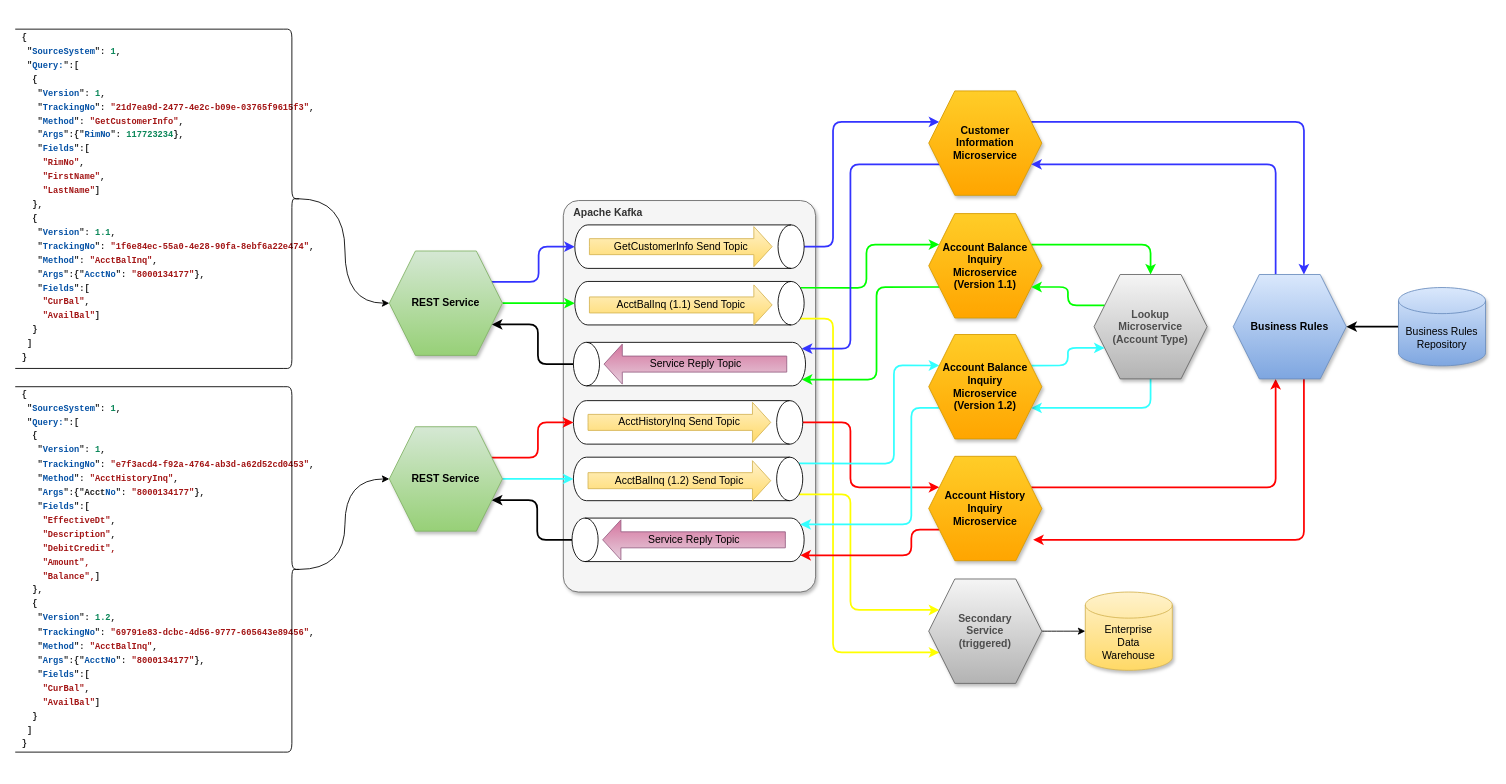
This is page "Routing" (4 of 8) of Microservice Architecture.drawio from badenhorstp/readme, a draw.io file, before an edit. Source tidied: cells renumbered, new cells numbered last; positions are measured from the earlier drawing's top-left corner, leaving out a move shared by most shapes. Both pictures are drawn from the tidied source at 87%, with x=0, y=0 at pixel (15, 15).
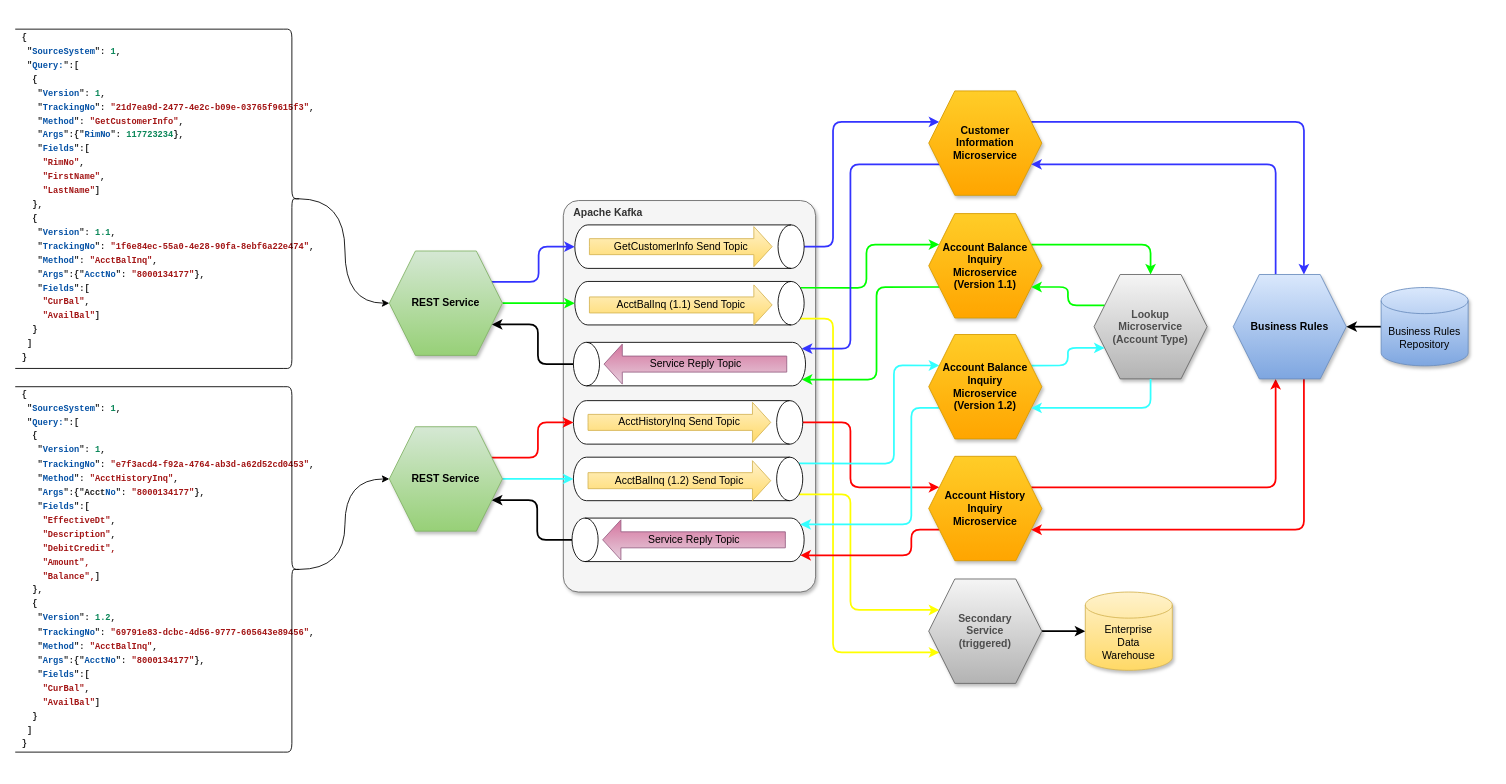
The same diagram, later.

The change refers to these unchanged cells:
```xml
<mxCell id="37" value="Account History&lt;br&gt;Inquiry&lt;br&gt;Microservice" style="shape=hexagon;perimeter=hexagonPerimeter2;whiteSpace=wrap;html=1;fixedSize=1;fillColor=#ffcd28;strokeColor=#d79b00;shadow=1;rounded=0;gradientColor=#ffa500;size=30;fontStyle=1;" parent="1" vertex="1">
  <mxGeometry x="1050" y="507" width="130" height="120" as="geometry" />
</mxCell>
<mxCell id="40" value="Business Rules" style="shape=hexagon;perimeter=hexagonPerimeter2;whiteSpace=wrap;html=1;fixedSize=1;fillColor=#dae8fc;strokeColor=#6c8ebf;shadow=1;rounded=0;gradientColor=#7ea6e0;size=30;fontStyle=1;" parent="1" vertex="1">
  <mxGeometry x="1400" y="298" width="130" height="120" as="geometry" />
</mxCell>
<mxCell id="43" value="Lookup&lt;br&gt;Microservice&lt;br&gt;(Account Type)" style="shape=hexagon;perimeter=hexagonPerimeter2;whiteSpace=wrap;html=1;fixedSize=1;fillColor=#f5f5f5;strokeColor=#666666;shadow=1;rounded=0;gradientColor=#b3b3b3;size=30;fontStyle=1;fontColor=#4D4D4D;" parent="1" vertex="1">
  <mxGeometry x="1240" y="298" width="130" height="120" as="geometry" />
</mxCell>
<mxCell id="45" value="Secondary&lt;br&gt;Service&lt;br&gt;(triggered)" style="shape=hexagon;perimeter=hexagonPerimeter2;whiteSpace=wrap;html=1;fixedSize=1;fillColor=#f5f5f5;strokeColor=#666666;shadow=1;rounded=0;gradientColor=#b3b3b3;size=30;fontStyle=1;fontColor=#4D4D4D;" parent="1" vertex="1">
  <mxGeometry x="1050" y="648" width="130" height="120" as="geometry" />
</mxCell>
<mxCell id="46" value="Enterprise&lt;br&gt;Data&lt;br&gt;Warehouse" style="shape=cylinder3;whiteSpace=wrap;html=1;boundedLbl=1;backgroundOutline=1;size=15;gradientColor=#ffd966;fillColor=#fff2cc;strokeColor=#d6b656;shadow=1;" parent="1" vertex="1">
  <mxGeometry x="1230" y="663" width="100" height="90" as="geometry" />
</mxCell>
<mxCell id="61" value="Account Balance&lt;br&gt;Inquiry &lt;br&gt;Microservice&lt;br&gt;(Version 1.2)" style="shape=hexagon;perimeter=hexagonPerimeter2;whiteSpace=wrap;html=1;fixedSize=1;fillColor=#ffcd28;strokeColor=#d79b00;shadow=1;rounded=0;gradientColor=#ffa500;size=30;fontStyle=1;" parent="1" vertex="1">
  <mxGeometry x="1050" y="367" width="130" height="120" as="geometry" />
</mxCell>
```

Change to the diagram source:
```diff
@@
-    <mxCell id="39" style="edgeStyle=orthogonalEdgeStyle;rounded=1;jettySize=auto;html=1;exitX=0.625;exitY=1;exitDx=0;exitDy=0;entryX=0.923;entryY=0.8;entryDx=0;entryDy=0;entryPerimeter=0;shadow=0;strokeWidth=2;strokeColor=#FF0000;" parent="1" edge="1" source="40" target="37">
+    <mxCell id="39" style="edgeStyle=orthogonalEdgeStyle;rounded=1;jettySize=auto;html=1;exitX=0.625;exitY=1;exitDx=0;exitDy=0;entryX=1;entryY=0.75;entryDx=0;entryDy=0;shadow=0;strokeWidth=2;strokeColor=#FF0000;" parent="1" edge="1" source="40" target="37">
       <mxGeometry relative="1" as="geometry">
         <Array as="points">
-          <mxPoint x="1481" y="603" />
+          <mxPoint x="1481" y="591" />
+          <mxPoint x="1168" y="591" />
         </Array>
       </mxGeometry>
     </mxCell>
@@
-    <mxCell id="42" style="edgeStyle=orthogonalEdgeStyle;rounded=1;jettySize=auto;html=1;exitX=0.5;exitY=1;exitDx=0;exitDy=0;entryX=1;entryY=0.75;entryDx=0;entryDy=0;shadow=0;strokeColor=#33FFFF;strokeWidth=2;" parent="1" edge="1" source="43" target="61">
-      <mxGeometry relative="1" as="geometry" />
-    </mxCell>
@@
-    <mxCell id="44" style="edgeStyle=orthogonalEdgeStyle;curved=1;jettySize=auto;html=1;exitX=1;exitY=0.5;exitDx=0;exitDy=0;entryX=0;entryY=0.5;entryDx=0;entryDy=0;entryPerimeter=0;" parent="1" edge="1" source="45" target="46">
+    <mxCell id="44" style="edgeStyle=orthogonalEdgeStyle;curved=1;jettySize=auto;html=1;exitX=1;exitY=0.5;exitDx=0;exitDy=0;entryX=0;entryY=0.5;entryDx=0;entryDy=0;entryPerimeter=0;strokeWidth=2;" parent="1" edge="1" source="45" target="46">
       <mxGeometry relative="1" as="geometry" />
     </mxCell>
@@
     <mxCell id="63" value="Business Rules Repository" style="shape=cylinder3;whiteSpace=wrap;html=1;boundedLbl=1;backgroundOutline=1;size=15;gradientColor=#7ea6e0;fillColor=#dae8fc;strokeColor=#6c8ebf;shadow=1;" parent="1" vertex="1">
-      <mxGeometry x="1590" y="313" width="100" height="90" as="geometry" />
+      <mxGeometry x="1570" y="313" width="100" height="90" as="geometry" />
     </mxCell>
+    <mxCell id="42" style="edgeStyle=orthogonalEdgeStyle;rounded=1;jettySize=auto;html=1;exitX=0.5;exitY=1;exitDx=0;exitDy=0;entryX=1;entryY=0.75;entryDx=0;entryDy=0;shadow=0;strokeColor=#33FFFF;strokeWidth=2;" parent="1" edge="1" source="43" target="61">
+      <mxGeometry relative="1" as="geometry" />
+    </mxCell>
```
